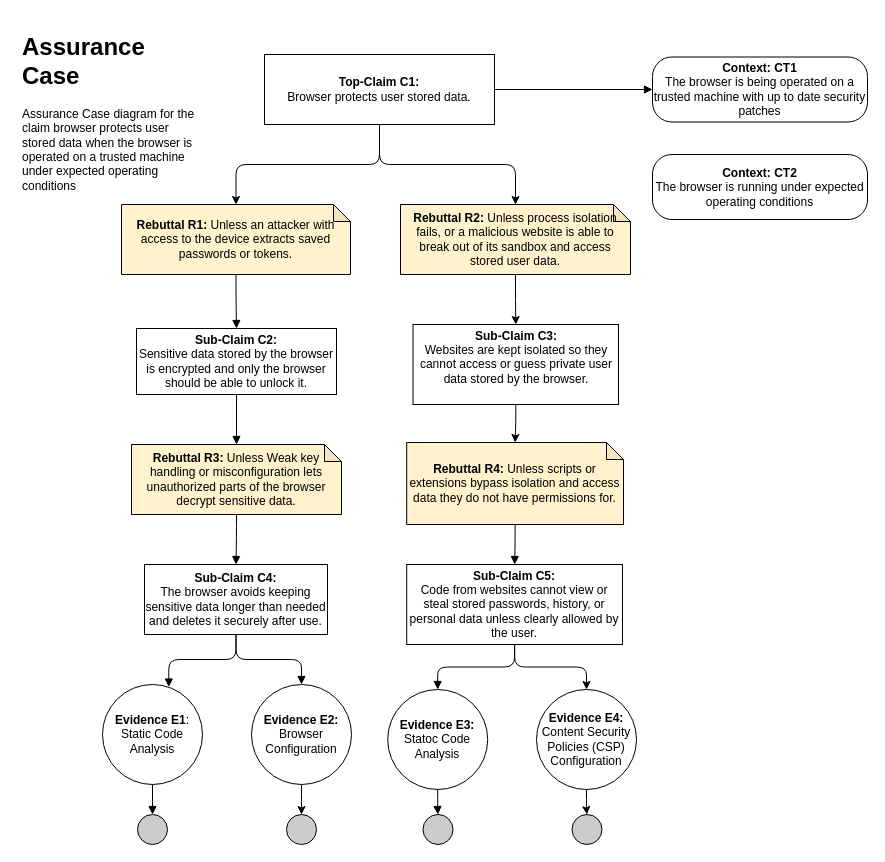
This is docs/assurance_cases/Navigate_URL_Assurance_Case.drawio from chauler/CYBR8420-Team5-Project, a draw.io file, before an edit. Source tidied: cells renumbered, new cells numbered last; positions are measured from the earlier drawing's top-left corner, leaving out a move shared by most shapes. Both pictures are drawn from the tidied source at 100%, with x=0, y=0 at pixel (17, 27).
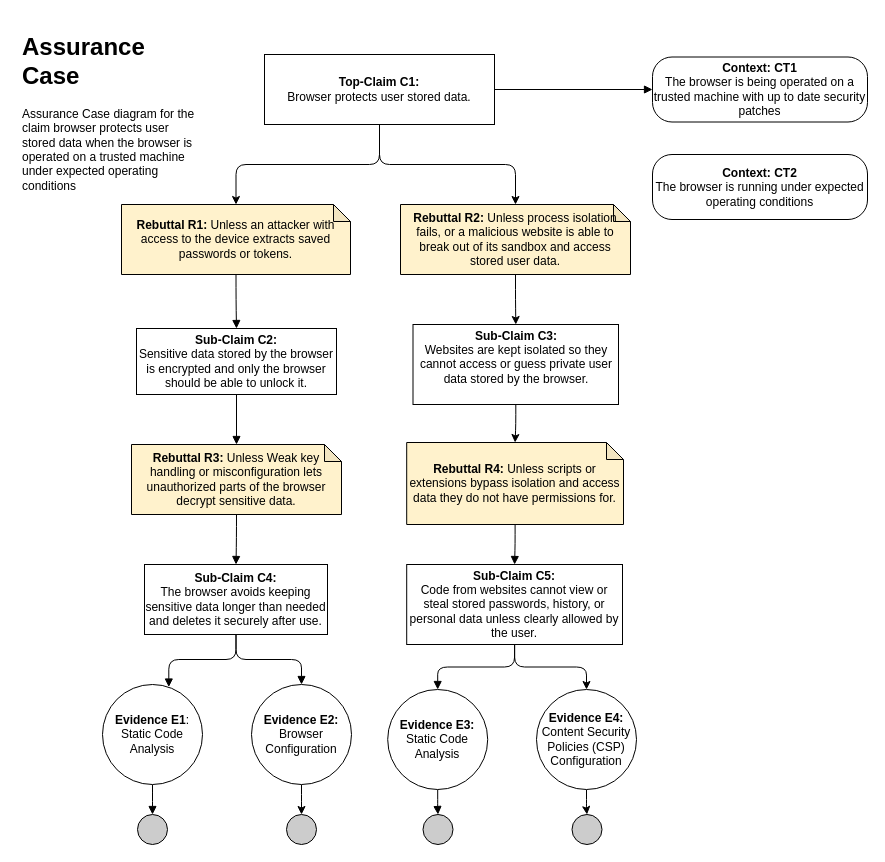
The same page after the edit.

Change to the diagram source:
```diff
@@
-    <mxCell id="27" value="&lt;b&gt;Evidence E3:&lt;/b&gt;&lt;br&gt;Statoc Code Analysis" style="ellipse;whiteSpace=wrap;html=1;fillColor=#ffffff;rounded=0;" parent="1" vertex="1">
+    <mxCell id="27" value="&lt;b&gt;Evidence E3:&lt;/b&gt;&lt;br&gt;Static Code Analysis" style="ellipse;whiteSpace=wrap;html=1;fillColor=#ffffff;rounded=0;" parent="1" vertex="1">
       <mxGeometry x="370.2" y="662" width="100" height="100" as="geometry" />
     </mxCell>
```
